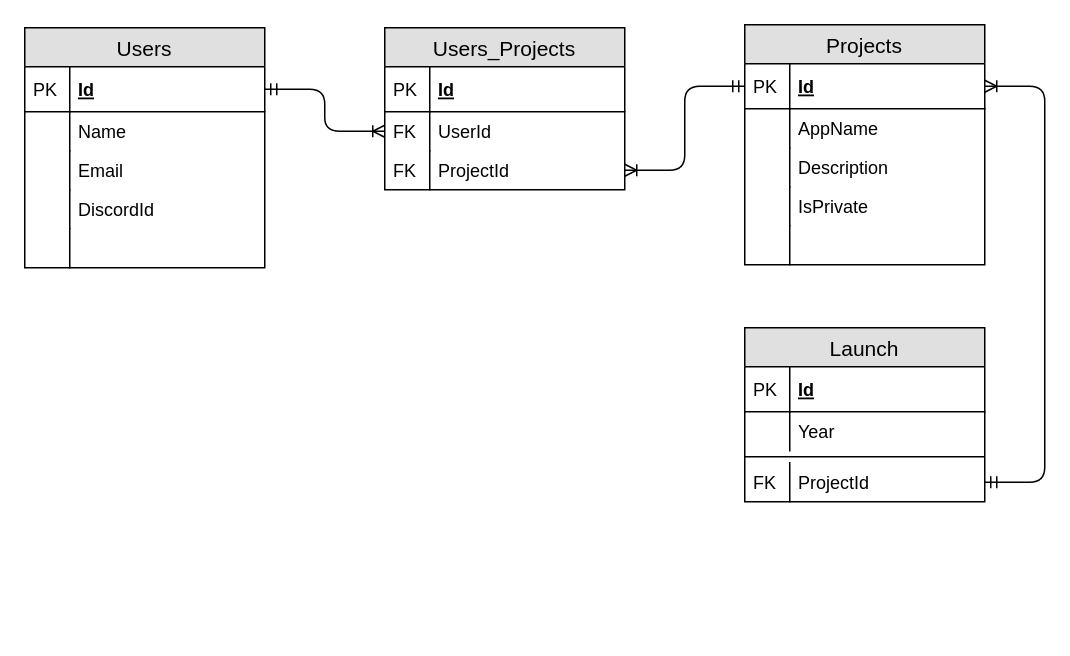
Before: docs/DbSchema.drawio in WindowsAppCommunity/uwpcommunity-backend, a draw.io diagram. Source tidied: cells renumbered, new cells numbered last; positions are measured from the earlier drawing's top-left corner, leaving out a move shared by most shapes. Both pictures are drawn from the tidied source at 150%, with x=0, y=0 at pixel (24, 24).
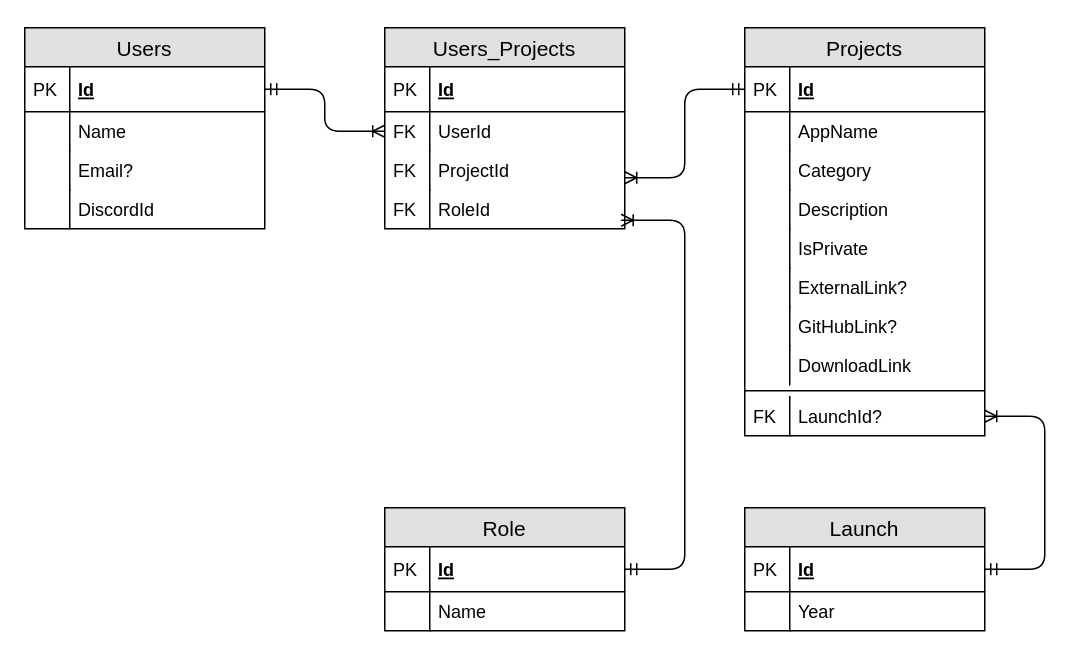
After the change.

Unchanged cells that the change refers to:
```xml
<mxCell id="21" value="Id" style="shape=partialRectangle;top=0;left=0;right=0;bottom=1;align=left;verticalAlign=middle;fillColor=none;spacingLeft=34;spacingRight=4;overflow=hidden;points=[[0,0.5],[1,0.5]];portConstraint=eastwest;fontStyle=5;fontSize=12;" parent="20" vertex="1">
  <mxGeometry y="26" width="160" height="30" as="geometry" />
</mxCell>
<mxCell id="32" value="Id" style="shape=partialRectangle;top=0;left=0;right=0;bottom=1;align=left;verticalAlign=middle;fillColor=none;spacingLeft=34;spacingRight=4;overflow=hidden;points=[[0,0.5],[1,0.5]];portConstraint=eastwest;fontStyle=5;fontSize=12;" parent="31" vertex="1">
  <mxGeometry y="26" width="160" height="30" as="geometry" />
</mxCell>
```

The edit, as a diff of the source:
```diff
@@
     <mxCell id="2" value="Users_Projects" style="swimlane;fontStyle=0;horizontal=1;startSize=26;fillColor=#e0e0e0;swimlaneFillColor=#ffffff;align=center;fontSize=14;" parent="1" vertex="1">
-      <mxGeometry x="240" y="2" width="160" height="108" as="geometry" />
+      <mxGeometry x="240" y="2" width="160" height="134" as="geometry" />
     </mxCell>
@@
+    <mxCell id="37" value="ProjectId" style="shape=partialRectangle;top=0;left=0;right=0;bottom=0;align=left;verticalAlign=top;fillColor=none;spacingLeft=34;spacingRight=4;overflow=hidden;points=[[0,0.5],[1,0.5]];portConstraint=eastwest;fontSize=12;" parent="2" vertex="1">
+      <mxGeometry y="82" width="160" height="26" as="geometry" />
+    </mxCell>
+    <mxCell id="42" value="FK" style="shape=partialRectangle;top=0;left=0;bottom=0;fillColor=none;align=left;verticalAlign=top;spacingLeft=4;spacingRight=4;overflow=hidden;fontSize=12;" parent="37" vertex="1">
+      <mxGeometry width="30" height="26" as="geometry" />
+    </mxCell>
-    <mxCell id="7" value="ProjectId" style="shape=partialRectangle;top=0;left=0;right=0;bottom=0;align=left;verticalAlign=top;fillColor=none;spacingLeft=34;spacingRight=4;overflow=hidden;points=[[0,0.5],[1,0.5]];portConstraint=eastwest;fontSize=12;" parent="2" vertex="1">
-      <mxGeometry y="82" width="160" height="26" as="geometry" />
+    <mxCell id="7" value="RoleId" style="shape=partialRectangle;top=0;left=0;right=0;bottom=0;align=left;verticalAlign=top;fillColor=none;spacingLeft=34;spacingRight=4;overflow=hidden;points=[[0,0.5],[1,0.5]];portConstraint=eastwest;fontSize=12;" parent="2" vertex="1">
+      <mxGeometry y="108" width="160" height="26" as="geometry" />
     </mxCell>
@@
     <mxCell id="9" value="Users" style="swimlane;fontStyle=0;horizontal=1;startSize=26;fillColor=#e0e0e0;swimlaneFillColor=#ffffff;align=center;fontSize=14;" parent="1" vertex="1">
-      <mxGeometry y="2" width="160" height="160" as="geometry" />
+      <mxGeometry y="2" width="160" height="134" as="geometry" />
     </mxCell>
@@
-    <mxCell id="14" value="Email" style="shape=partialRectangle;top=0;left=0;right=0;bottom=0;align=left;verticalAlign=top;fillColor=none;spacingLeft=34;spacingRight=4;overflow=hidden;fontSize=12;" parent="9" vertex="1">
+    <mxCell id="14" value="Email?" style="shape=partialRectangle;top=0;left=0;right=0;bottom=0;align=left;verticalAlign=top;fillColor=none;spacingLeft=34;spacingRight=4;overflow=hidden;fontSize=12;" parent="9" vertex="1">
       <mxGeometry y="82" width="160" height="26" as="geometry" />
     </mxCell>
@@
-    <mxCell id="18" style="shape=partialRectangle;top=0;left=0;right=0;bottom=0;align=left;verticalAlign=top;fillColor=none;spacingLeft=34;spacingRight=4;overflow=hidden;fontSize=12;" parent="9" vertex="1">
-      <mxGeometry y="134" width="160" height="26" as="geometry" />
-    </mxCell>
-    <mxCell id="19" style="shape=partialRectangle;top=0;left=0;bottom=0;fillColor=none;align=left;verticalAlign=top;spacingLeft=4;spacingRight=4;overflow=hidden;fontSize=12;" parent="18" vertex="1">
-      <mxGeometry width="30" height="26" as="geometry" />
-    </mxCell>
     <mxCell id="20" value="Projects" style="swimlane;fontStyle=0;horizontal=1;startSize=26;fillColor=#e0e0e0;swimlaneFillColor=#ffffff;align=center;fontSize=14;" parent="1" vertex="1">
-      <mxGeometry x="480" width="160" height="160" as="geometry" />
+      <mxGeometry x="480" y="2" width="160" height="272" as="geometry" />
     </mxCell>
@@
-    <mxCell id="25" value="Description" style="shape=partialRectangle;top=0;left=0;right=0;bottom=0;align=left;verticalAlign=top;fillColor=none;spacingLeft=34;spacingRight=4;overflow=hidden;fontSize=12;" parent="20" vertex="1">
+    <mxCell id="25" value="Category" style="shape=partialRectangle;top=0;left=0;right=0;bottom=0;align=left;verticalAlign=top;fillColor=none;spacingLeft=34;spacingRight=4;overflow=hidden;fontSize=12;" parent="20" vertex="1">
       <mxGeometry y="82" width="160" height="26" as="geometry" />
     </mxCell>
@@
-    <mxCell id="27" value="IsPrivate" style="shape=partialRectangle;top=0;left=0;right=0;bottom=0;align=left;verticalAlign=top;fillColor=none;spacingLeft=34;spacingRight=4;overflow=hidden;fontSize=12;" parent="20" vertex="1">
+    <mxCell id="27" value="Description" style="shape=partialRectangle;top=0;left=0;right=0;bottom=0;align=left;verticalAlign=top;fillColor=none;spacingLeft=34;spacingRight=4;overflow=hidden;fontSize=12;" parent="20" vertex="1">
       <mxGeometry y="108" width="160" height="26" as="geometry" />
     </mxCell>
@@
-    <mxCell id="29" style="shape=partialRectangle;top=0;left=0;right=0;bottom=0;align=left;verticalAlign=top;fillColor=none;spacingLeft=34;spacingRight=4;overflow=hidden;fontSize=12;" parent="20" vertex="1">
+    <mxCell id="29" value="IsPrivate" style="shape=partialRectangle;top=0;left=0;right=0;bottom=0;align=left;verticalAlign=top;fillColor=none;spacingLeft=34;spacingRight=4;overflow=hidden;fontSize=12;" parent="20" vertex="1">
       <mxGeometry y="134" width="160" height="26" as="geometry" />
     </mxCell>
@@
+    <mxCell id="43" value="ExternalLink?" style="shape=partialRectangle;top=0;left=0;right=0;bottom=0;align=left;verticalAlign=top;fillColor=none;spacingLeft=34;spacingRight=4;overflow=hidden;fontSize=12;" parent="20" vertex="1">
+      <mxGeometry y="160" width="160" height="26" as="geometry" />
+    </mxCell>
+    <mxCell id="44" style="shape=partialRectangle;top=0;left=0;bottom=0;fillColor=none;align=left;verticalAlign=top;spacingLeft=4;spacingRight=4;overflow=hidden;fontSize=12;" parent="43" vertex="1">
+      <mxGeometry width="30" height="26" as="geometry" />
+    </mxCell>
+    <mxCell id="45" value="GitHubLink?" style="shape=partialRectangle;top=0;left=0;right=0;bottom=0;align=left;verticalAlign=top;fillColor=none;spacingLeft=34;spacingRight=4;overflow=hidden;fontSize=12;" parent="20" vertex="1">
+      <mxGeometry y="186" width="160" height="26" as="geometry" />
+    </mxCell>
+    <mxCell id="46" style="shape=partialRectangle;top=0;left=0;bottom=0;fillColor=none;align=left;verticalAlign=top;spacingLeft=4;spacingRight=4;overflow=hidden;fontSize=12;" parent="45" vertex="1">
+      <mxGeometry width="30" height="26" as="geometry" />
+    </mxCell>
+    <mxCell id="47" value="DownloadLink" style="shape=partialRectangle;top=0;left=0;right=0;bottom=0;align=left;verticalAlign=top;fillColor=none;spacingLeft=34;spacingRight=4;overflow=hidden;fontSize=12;" parent="20" vertex="1">
+      <mxGeometry y="212" width="160" height="26" as="geometry" />
+    </mxCell>
+    <mxCell id="48" style="shape=partialRectangle;top=0;left=0;bottom=0;fillColor=none;align=left;verticalAlign=top;spacingLeft=4;spacingRight=4;overflow=hidden;fontSize=12;" parent="47" vertex="1">
+      <mxGeometry width="30" height="26" as="geometry" />
+    </mxCell>
+    <mxCell id="49" style="line;strokeWidth=1;fillColor=none;align=left;verticalAlign=middle;spacingTop=-1;spacingLeft=3;spacingRight=3;labelPosition=right;fontSize=12;" parent="20" vertex="1">
+      <mxGeometry y="238" width="160" height="8" as="geometry" />
+    </mxCell>
+    <mxCell id="50" value="LaunchId?" style="shape=partialRectangle;top=0;left=0;right=0;bottom=0;align=left;verticalAlign=top;fillColor=none;spacingLeft=34;spacingRight=4;overflow=hidden;points=[[0,0.5],[1,0.5]];portConstraint=eastwest;fontSize=12;" parent="20" vertex="1">
+      <mxGeometry y="246" width="160" height="26" as="geometry" />
+    </mxCell>
+    <mxCell id="51" value="FK" style="shape=partialRectangle;top=0;left=0;bottom=0;fillColor=none;align=left;verticalAlign=top;spacingLeft=4;spacingRight=4;overflow=hidden;fontSize=12;" parent="50" vertex="1">
+      <mxGeometry width="30" height="26" as="geometry" />
+    </mxCell>
-    <mxCell id="31" value="Launch" style="swimlane;fontStyle=0;horizontal=1;startSize=26;fillColor=#e0e0e0;swimlaneFillColor=#ffffff;align=center;fontSize=14;" parent="1" vertex="1">
-      <mxGeometry x="480" y="202" width="160" height="116" as="geometry" />
+    <mxCell id="31" value="Role" style="swimlane;fontStyle=0;horizontal=1;startSize=26;fillColor=#e0e0e0;swimlaneFillColor=#ffffff;align=center;fontSize=14;" parent="1" vertex="1">
+      <mxGeometry x="240" y="322" width="160" height="82" as="geometry" />
     </mxCell>
@@
-    <mxCell id="34" value="Year" style="shape=partialRectangle;top=0;left=0;right=0;bottom=0;align=left;verticalAlign=top;fillColor=none;spacingLeft=34;spacingRight=4;overflow=hidden;fontSize=12;" parent="31" vertex="1">
+    <mxCell id="34" value="Name" style="shape=partialRectangle;top=0;left=0;right=0;bottom=0;align=left;verticalAlign=top;fillColor=none;spacingLeft=34;spacingRight=4;overflow=hidden;fontSize=12;" parent="31" vertex="1">
       <mxGeometry y="56" width="160" height="26" as="geometry" />
     </mxCell>
@@
-    <mxCell id="36" style="line;strokeWidth=1;fillColor=none;align=left;verticalAlign=middle;spacingTop=-1;spacingLeft=3;spacingRight=3;labelPosition=right;fontSize=12;" parent="31" vertex="1">
-      <mxGeometry y="82" width="160" height="8" as="geometry" />
-    </mxCell>
-    <mxCell id="37" value="ProjectId" style="shape=partialRectangle;top=0;left=0;right=0;bottom=0;align=left;verticalAlign=top;fillColor=none;spacingLeft=34;spacingRight=4;overflow=hidden;points=[[0,0.5],[1,0.5]];portConstraint=eastwest;fontSize=12;" parent="31" vertex="1">
-      <mxGeometry y="90" width="160" height="26" as="geometry" />
-    </mxCell>
-    <mxCell id="38" value="FK" style="shape=partialRectangle;top=0;left=0;bottom=0;fillColor=none;align=left;verticalAlign=top;spacingLeft=4;spacingRight=4;overflow=hidden;fontSize=12;" parent="37" vertex="1">
-      <mxGeometry width="30" height="26" as="geometry" />
-    </mxCell>
-    <mxCell id="39" style="edgeStyle=orthogonalEdgeStyle;fontSize=12;html=1;endArrow=ERoneToMany;startArrow=ERmandOne;entryX=1;entryY=0.5;entryDx=0;entryDy=0;exitX=1;exitY=0.5;exitDx=0;exitDy=0;" parent="1" edge="1" source="37" target="21">
+    <mxCell id="39" style="edgeStyle=orthogonalEdgeStyle;fontSize=12;html=1;endArrow=ERoneToMany;startArrow=ERmandOne;entryX=1;entryY=0.5;entryDx=0;entryDy=0;exitX=1;exitY=0.5;exitDx=0;exitDy=0;" parent="1" edge="1" source="53" target="50">
       <mxGeometry relative="1" as="geometry">
         <Array as="points">
-          <mxPoint x="680" y="305" />
-          <mxPoint x="680" y="41" />
+          <mxPoint x="680" y="363" />
+          <mxPoint x="680" y="261" />
         </Array>
       </mxGeometry>
     </mxCell>
@@
-    <mxCell id="41" style="fontSize=12;html=1;endArrow=ERoneToMany;startArrow=ERmandOne;anchorPointDirection=1;edgeStyle=orthogonalEdgeStyle;exitX=0;exitY=0.5;exitDx=0;exitDy=0;entryX=1;entryY=0.5;entryDx=0;entryDy=0;" parent="1" edge="1" source="21" target="7">
+    <mxCell id="41" style="fontSize=12;html=1;endArrow=ERoneToMany;startArrow=ERmandOne;anchorPointDirection=1;edgeStyle=orthogonalEdgeStyle;exitX=0;exitY=0.5;exitDx=0;exitDy=0;" parent="1" edge="1" source="21">
       <mxGeometry relative="1" as="geometry">
+        <mxPoint x="400" y="102" as="targetPoint" />
         <Array as="points">
-          <mxPoint x="440" y="41" />
-          <mxPoint x="440" y="97" />
+          <mxPoint x="440" y="43" />
+          <mxPoint x="440" y="102" />
         </Array>
       </mxGeometry>
     </mxCell>
+    <mxCell id="52" value="Launch" style="swimlane;fontStyle=0;horizontal=1;startSize=26;fillColor=#e0e0e0;swimlaneFillColor=#ffffff;align=center;fontSize=14;" parent="1" vertex="1">
+      <mxGeometry x="480" y="322" width="160" height="82" as="geometry" />
+    </mxCell>
+    <mxCell id="53" value="Id" style="shape=partialRectangle;top=0;left=0;right=0;bottom=1;align=left;verticalAlign=middle;fillColor=none;spacingLeft=34;spacingRight=4;overflow=hidden;points=[[0,0.5],[1,0.5]];portConstraint=eastwest;fontStyle=5;fontSize=12;" parent="52" vertex="1">
+      <mxGeometry y="26" width="160" height="30" as="geometry" />
+    </mxCell>
+    <mxCell id="54" value="PK" style="shape=partialRectangle;top=0;left=0;bottom=0;fillColor=none;align=left;verticalAlign=middle;spacingLeft=4;spacingRight=4;overflow=hidden;fontSize=12;" parent="53" vertex="1">
+      <mxGeometry width="30" height="30" as="geometry" />
+    </mxCell>
+    <mxCell id="55" value="Year" style="shape=partialRectangle;top=0;left=0;right=0;bottom=0;align=left;verticalAlign=top;fillColor=none;spacingLeft=34;spacingRight=4;overflow=hidden;fontSize=12;" parent="52" vertex="1">
+      <mxGeometry y="56" width="160" height="26" as="geometry" />
+    </mxCell>
+    <mxCell id="56" style="shape=partialRectangle;top=0;left=0;bottom=0;fillColor=none;align=left;verticalAlign=top;spacingLeft=4;spacingRight=4;overflow=hidden;fontSize=12;" parent="55" vertex="1">
+      <mxGeometry width="30" height="26" as="geometry" />
+    </mxCell>
+    <mxCell id="57" style="fontSize=12;html=1;endArrow=ERoneToMany;startArrow=ERmandOne;anchorPointDirection=1;edgeStyle=orthogonalEdgeStyle;exitX=1;exitY=0.5;exitDx=0;exitDy=0;entryX=0.985;entryY=0.782;entryDx=0;entryDy=0;entryPerimeter=0;" parent="1" edge="1" source="32" target="7">
+      <mxGeometry relative="1" as="geometry">
+        <Array as="points">
+          <mxPoint x="440" y="363" />
+          <mxPoint x="440" y="130" />
+        </Array>
+      </mxGeometry>
+    </mxCell>
```
